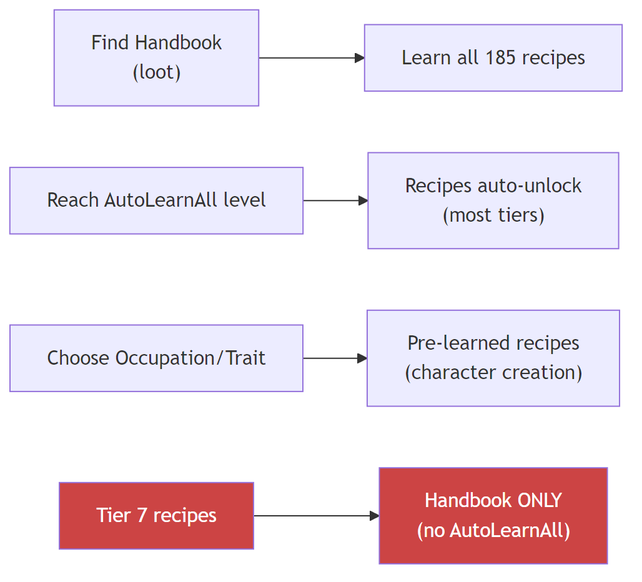
This is docs/images/learning-paths.png from phobos-dthorga/mod-pz-chemistry-pathways, a Mermaid export, as it was before one commit. Its source is kept beside it as docs/mermaid-src/learning-paths.mmd.
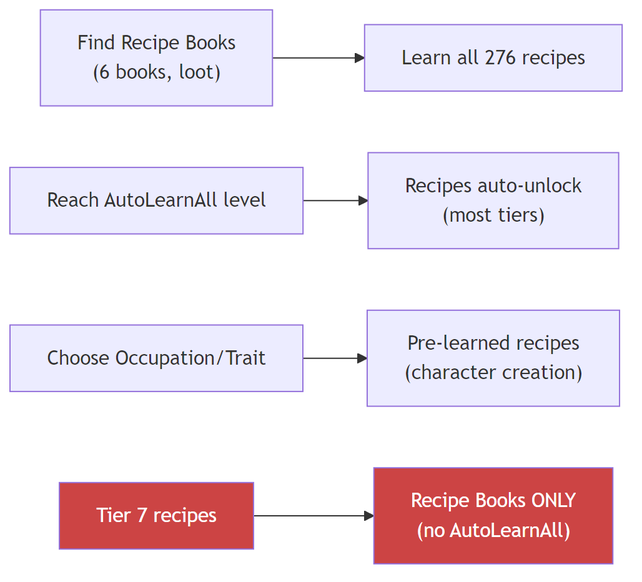
Later version of the same file.

Change to the diagram source:
```diff
@@ -1,8 +1,8 @@
 graph LR
-    HB["Find Handbook<br/>(loot)"] --> LEARN["Learn all 185 recipes"]
+    HB["Find Recipe Books<br/>(6 books, loot)"] --> LEARN["Learn all 276 recipes"]
     LEVEL["Reach AutoLearnAll level"] --> AUTO["Recipes auto-unlock<br/>(most tiers)"]
     CREATE["Choose Occupation/Trait"] --> GRANT["Pre-learned recipes<br/>(character creation)"]
-    T7["Tier 7 recipes"] --> HB_ONLY["Handbook ONLY<br/>(no AutoLearnAll)"]
+    T7["Tier 7 recipes"] --> HB_ONLY["Recipe Books ONLY<br/>(no AutoLearnAll)"]
 
     style T7 fill:#c44,color:#fff
     style HB_ONLY fill:#c44,color:#fff
```
